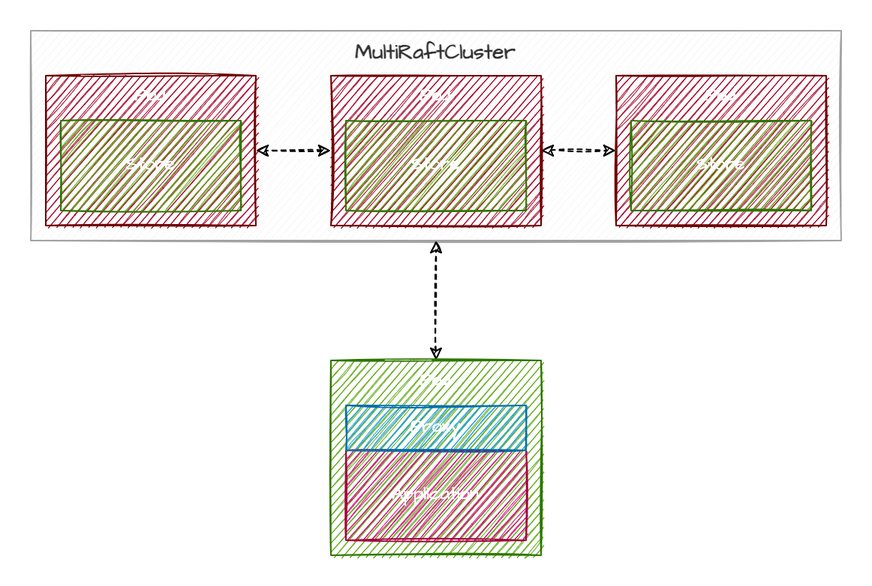
This is docs/images/consensus-dark.png from atomix/atomix.github.io, a draw.io export, as it was before one commit. Source tidied: cells renumbered, new cells last; positions are measured from the earlier drawing's top-left corner, leaving out a move shared by most shapes. The source it was exported from:
```xml
<mxGraphModel background="#000000">
  <root>
    <mxCell id="0" />
    <mxCell id="1" parent="0" />
    <mxCell id="2" value="&lt;div style=&quot;font-size: 14px;&quot;&gt;&lt;span style=&quot;background-color: initial; font-size: 14px;&quot;&gt;MultiRaftCluster&lt;/span&gt;&lt;/div&gt;" style="rounded=0;whiteSpace=wrap;html=1;align=center;verticalAlign=top;fillColor=#f5f5f5;strokeColor=#666666;sketch=1;fontFamily=Architects Daughter;fontSource=https%3A%2F%2Ffonts.googleapis.com%2Fcss%3Ffamily%3DArchitects%2BDaughter;glass=0;shadow=0;fontColor=#333333;fontSize=14;fontStyle=1;opacity=60;" parent="1" vertex="1">
      <mxGeometry width="540" height="140" as="geometry" />
    </mxCell>
    <mxCell id="3" style="edgeStyle=orthogonalEdgeStyle;jettySize=auto;html=1;exitX=0;exitY=0.5;exitDx=0;exitDy=0;entryX=1;entryY=0.5;entryDx=0;entryDy=0;startArrow=classic;startFill=1;sketch=1;curved=1;dashed=1;" parent="1" edge="1" source="5" target="13">
      <mxGeometry relative="1" as="geometry" />
    </mxCell>
    <mxCell id="4" style="edgeStyle=orthogonalEdgeStyle;jettySize=auto;html=1;exitX=1;exitY=0.5;exitDx=0;exitDy=0;entryX=0;entryY=0.5;entryDx=0;entryDy=0;startArrow=classic;startFill=1;sketch=1;curved=1;dashed=1;" parent="1" edge="1" source="5" target="11">
      <mxGeometry relative="1" as="geometry" />
    </mxCell>
    <mxCell id="5" value="&lt;div style=&quot;&quot;&gt;&lt;span style=&quot;background-color: initial;&quot;&gt;Pod&lt;/span&gt;&lt;/div&gt;" style="rounded=0;whiteSpace=wrap;html=1;align=center;verticalAlign=top;fillColor=#a20025;strokeColor=#6F0000;sketch=1;fontFamily=Architects Daughter;fontSource=https%3A%2F%2Ffonts.googleapis.com%2Fcss%3Ffamily%3DArchitects%2BDaughter;fontColor=#ffffff;" parent="1" vertex="1">
      <mxGeometry x="200" y="30" width="140" height="100" as="geometry" />
    </mxCell>
    <mxCell id="6" value="Store" style="rounded=0;whiteSpace=wrap;html=1;fillColor=#60a917;strokeColor=#2D7600;sketch=1;fontFamily=Architects Daughter;fontSource=https%3A%2F%2Ffonts.googleapis.com%2Fcss%3Ffamily%3DArchitects%2BDaughter;fontColor=#ffffff;" parent="1" vertex="1">
      <mxGeometry x="210" y="60" width="120" height="60" as="geometry" />
    </mxCell>
    <mxCell id="7" style="jettySize=auto;html=1;exitX=0.5;exitY=0;exitDx=0;exitDy=0;fontColor=none;startArrow=classic;startFill=1;sketch=1;edgeStyle=orthogonalEdgeStyle;fontFamily=Architects Daughter;fontSource=https%3A%2F%2Ffonts.googleapis.com%2Fcss%3Ffamily%3DArchitects%2BDaughter;curved=1;dashed=1;" parent="1" edge="1" source="8">
      <mxGeometry relative="1" as="geometry">
        <mxPoint x="270" y="140" as="targetPoint" />
      </mxGeometry>
    </mxCell>
    <mxCell id="8" value="&lt;div style=&quot;&quot;&gt;&lt;span style=&quot;background-color: initial;&quot;&gt;Pod&lt;/span&gt;&lt;/div&gt;" style="rounded=0;whiteSpace=wrap;html=1;align=center;verticalAlign=top;fillColor=#60a917;strokeColor=#2D7600;sketch=1;fontFamily=Architects Daughter;fontSource=https%3A%2F%2Ffonts.googleapis.com%2Fcss%3Ffamily%3DArchitects%2BDaughter;fontColor=#ffffff;" parent="1" vertex="1">
      <mxGeometry x="200" y="220" width="140" height="130" as="geometry" />
    </mxCell>
    <mxCell id="9" value="Application" style="rounded=0;whiteSpace=wrap;html=1;fillColor=#d80073;strokeColor=#A50040;sketch=1;fontFamily=Architects Daughter;fontSource=https%3A%2F%2Ffonts.googleapis.com%2Fcss%3Ffamily%3DArchitects%2BDaughter;fontColor=#ffffff;" parent="1" vertex="1">
      <mxGeometry x="210" y="280" width="120" height="60" as="geometry" />
    </mxCell>
    <mxCell id="10" value="Proxy" style="rounded=0;whiteSpace=wrap;html=1;fillColor=#1ba1e2;strokeColor=#006EAF;sketch=1;fontFamily=Architects Daughter;fontSource=https%3A%2F%2Ffonts.googleapis.com%2Fcss%3Ffamily%3DArchitects%2BDaughter;fontColor=#ffffff;" parent="1" vertex="1">
      <mxGeometry x="210" y="250" width="120" height="30" as="geometry" />
    </mxCell>
    <mxCell id="11" value="&lt;div style=&quot;&quot;&gt;&lt;span style=&quot;background-color: initial;&quot;&gt;Pod&lt;/span&gt;&lt;/div&gt;" style="rounded=0;whiteSpace=wrap;html=1;align=center;verticalAlign=top;fillColor=#a20025;strokeColor=#6F0000;sketch=1;fontFamily=Architects Daughter;fontSource=https%3A%2F%2Ffonts.googleapis.com%2Fcss%3Ffamily%3DArchitects%2BDaughter;fontColor=#ffffff;" parent="1" vertex="1">
      <mxGeometry x="390" y="30" width="140" height="100" as="geometry" />
    </mxCell>
    <mxCell id="12" value="Store" style="rounded=0;whiteSpace=wrap;html=1;fillColor=#60a917;strokeColor=#2D7600;sketch=1;fontFamily=Architects Daughter;fontSource=https%3A%2F%2Ffonts.googleapis.com%2Fcss%3Ffamily%3DArchitects%2BDaughter;fontColor=#ffffff;" parent="1" vertex="1">
      <mxGeometry x="400" y="60" width="120" height="60" as="geometry" />
    </mxCell>
    <mxCell id="13" value="&lt;div style=&quot;&quot;&gt;&lt;span style=&quot;background-color: initial;&quot;&gt;Pod&lt;/span&gt;&lt;/div&gt;" style="rounded=0;whiteSpace=wrap;html=1;align=center;verticalAlign=top;fillColor=#a20025;strokeColor=#6F0000;sketch=1;fontFamily=Architects Daughter;fontSource=https%3A%2F%2Ffonts.googleapis.com%2Fcss%3Ffamily%3DArchitects%2BDaughter;fontColor=#ffffff;" parent="1" vertex="1">
      <mxGeometry x="10" y="30" width="140" height="100" as="geometry" />
    </mxCell>
    <mxCell id="14" value="Store" style="rounded=0;whiteSpace=wrap;html=1;fillColor=#60a917;strokeColor=#2D7600;sketch=1;fontFamily=Architects Daughter;fontSource=https%3A%2F%2Ffonts.googleapis.com%2Fcss%3Ffamily%3DArchitects%2BDaughter;fontColor=#ffffff;" parent="1" vertex="1">
      <mxGeometry x="20" y="60" width="120" height="60" as="geometry" />
    </mxCell>
  </root>
</mxGraphModel>
```
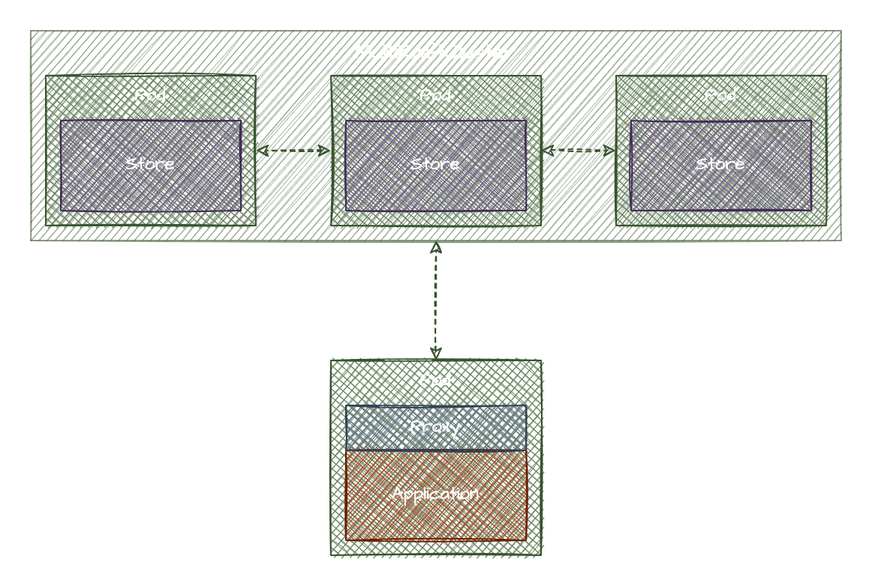
The same diagram one commit later.

The edit, as a diff of the source:
```diff
@@ -2,45 +2,45 @@
   <root>
     <mxCell id="0" />
     <mxCell id="1" parent="0" />
-    <mxCell id="2" value="&lt;div style=&quot;font-size: 14px;&quot;&gt;&lt;span style=&quot;background-color: initial; font-size: 14px;&quot;&gt;MultiRaftCluster&lt;/span&gt;&lt;/div&gt;" style="rounded=0;whiteSpace=wrap;html=1;align=center;verticalAlign=top;fillColor=#f5f5f5;strokeColor=#666666;sketch=1;fontFamily=Architects Daughter;fontSource=https%3A%2F%2Ffonts.googleapis.com%2Fcss%3Ffamily%3DArchitects%2BDaughter;glass=0;shadow=0;fontColor=#333333;fontSize=14;fontStyle=1;opacity=60;" parent="1" vertex="1">
+    <mxCell id="2" value="&lt;div style=&quot;font-size: 14px;&quot;&gt;&lt;span style=&quot;background-color: initial; font-size: 14px;&quot;&gt;MultiRaftCluster&lt;/span&gt;&lt;/div&gt;" style="rounded=0;whiteSpace=wrap;html=1;align=center;verticalAlign=top;fillColor=#6d8764;strokeColor=#3A5431;sketch=1;fontFamily=Architects Daughter;fontSource=https%3A%2F%2Ffonts.googleapis.com%2Fcss%3Ffamily%3DArchitects%2BDaughter;glass=0;shadow=0;fontColor=#ffffff;fontSize=14;fontStyle=1;opacity=60;" parent="1" vertex="1">
       <mxGeometry width="540" height="140" as="geometry" />
     </mxCell>
-    <mxCell id="3" style="edgeStyle=orthogonalEdgeStyle;jettySize=auto;html=1;exitX=0;exitY=0.5;exitDx=0;exitDy=0;entryX=1;entryY=0.5;entryDx=0;entryDy=0;startArrow=classic;startFill=1;sketch=1;curved=1;dashed=1;" parent="1" edge="1" source="5" target="13">
+    <mxCell id="3" style="edgeStyle=orthogonalEdgeStyle;jettySize=auto;html=1;exitX=0;exitY=0.5;exitDx=0;exitDy=0;entryX=1;entryY=0.5;entryDx=0;entryDy=0;startArrow=classic;startFill=1;sketch=1;curved=1;dashed=1;fillColor=#6d8764;strokeColor=#3A5431;" parent="1" edge="1" source="5" target="13">
       <mxGeometry relative="1" as="geometry" />
     </mxCell>
-    <mxCell id="4" style="edgeStyle=orthogonalEdgeStyle;jettySize=auto;html=1;exitX=1;exitY=0.5;exitDx=0;exitDy=0;entryX=0;entryY=0.5;entryDx=0;entryDy=0;startArrow=classic;startFill=1;sketch=1;curved=1;dashed=1;" parent="1" edge="1" source="5" target="11">
+    <mxCell id="4" style="edgeStyle=orthogonalEdgeStyle;jettySize=auto;html=1;exitX=1;exitY=0.5;exitDx=0;exitDy=0;entryX=0;entryY=0.5;entryDx=0;entryDy=0;startArrow=classic;startFill=1;sketch=1;curved=1;dashed=1;fillColor=#6d8764;strokeColor=#3A5431;" parent="1" edge="1" source="5" target="11">
       <mxGeometry relative="1" as="geometry" />
     </mxCell>
-    <mxCell id="5" value="&lt;div style=&quot;&quot;&gt;&lt;span style=&quot;background-color: initial;&quot;&gt;Pod&lt;/span&gt;&lt;/div&gt;" style="rounded=0;whiteSpace=wrap;html=1;align=center;verticalAlign=top;fillColor=#a20025;strokeColor=#6F0000;sketch=1;fontFamily=Architects Daughter;fontSource=https%3A%2F%2Ffonts.googleapis.com%2Fcss%3Ffamily%3DArchitects%2BDaughter;fontColor=#ffffff;" parent="1" vertex="1">
+    <mxCell id="5" value="&lt;div style=&quot;&quot;&gt;&lt;span style=&quot;background-color: initial;&quot;&gt;Pod&lt;/span&gt;&lt;/div&gt;" style="rounded=0;whiteSpace=wrap;html=1;align=center;verticalAlign=top;fillColor=#6d8764;strokeColor=#3A5431;sketch=1;fontFamily=Architects Daughter;fontSource=https%3A%2F%2Ffonts.googleapis.com%2Fcss%3Ffamily%3DArchitects%2BDaughter;fontColor=#ffffff;fillStyle=cross-hatch;" parent="1" vertex="1">
       <mxGeometry x="200" y="30" width="140" height="100" as="geometry" />
     </mxCell>
-    <mxCell id="6" value="Store" style="rounded=0;whiteSpace=wrap;html=1;fillColor=#60a917;strokeColor=#2D7600;sketch=1;fontFamily=Architects Daughter;fontSource=https%3A%2F%2Ffonts.googleapis.com%2Fcss%3Ffamily%3DArchitects%2BDaughter;fontColor=#ffffff;" parent="1" vertex="1">
+    <mxCell id="6" value="Store" style="rounded=0;whiteSpace=wrap;html=1;fillColor=#76608a;strokeColor=#432D57;sketch=1;fontFamily=Architects Daughter;fontSource=https%3A%2F%2Ffonts.googleapis.com%2Fcss%3Ffamily%3DArchitects%2BDaughter;fontColor=#ffffff;fillStyle=cross-hatch;" parent="1" vertex="1">
       <mxGeometry x="210" y="60" width="120" height="60" as="geometry" />
     </mxCell>
-    <mxCell id="7" style="jettySize=auto;html=1;exitX=0.5;exitY=0;exitDx=0;exitDy=0;fontColor=none;startArrow=classic;startFill=1;sketch=1;edgeStyle=orthogonalEdgeStyle;fontFamily=Architects Daughter;fontSource=https%3A%2F%2Ffonts.googleapis.com%2Fcss%3Ffamily%3DArchitects%2BDaughter;curved=1;dashed=1;" parent="1" edge="1" source="8">
+    <mxCell id="7" style="jettySize=auto;html=1;exitX=0.5;exitY=0;exitDx=0;exitDy=0;fontColor=none;startArrow=classic;startFill=1;sketch=1;edgeStyle=orthogonalEdgeStyle;fontFamily=Architects Daughter;fontSource=https%3A%2F%2Ffonts.googleapis.com%2Fcss%3Ffamily%3DArchitects%2BDaughter;curved=1;dashed=1;fillColor=#6d8764;strokeColor=#3A5431;" parent="1" edge="1" source="8">
       <mxGeometry relative="1" as="geometry">
         <mxPoint x="270" y="140" as="targetPoint" />
       </mxGeometry>
     </mxCell>
-    <mxCell id="8" value="&lt;div style=&quot;&quot;&gt;&lt;span style=&quot;background-color: initial;&quot;&gt;Pod&lt;/span&gt;&lt;/div&gt;" style="rounded=0;whiteSpace=wrap;html=1;align=center;verticalAlign=top;fillColor=#60a917;strokeColor=#2D7600;sketch=1;fontFamily=Architects Daughter;fontSource=https%3A%2F%2Ffonts.googleapis.com%2Fcss%3Ffamily%3DArchitects%2BDaughter;fontColor=#ffffff;" parent="1" vertex="1">
+    <mxCell id="8" value="&lt;div style=&quot;&quot;&gt;&lt;span style=&quot;background-color: initial;&quot;&gt;Pod&lt;/span&gt;&lt;/div&gt;" style="rounded=0;whiteSpace=wrap;html=1;align=center;verticalAlign=top;fillColor=#6d8764;strokeColor=#3A5431;sketch=1;fontFamily=Architects Daughter;fontSource=https%3A%2F%2Ffonts.googleapis.com%2Fcss%3Ffamily%3DArchitects%2BDaughter;fontColor=#ffffff;fillStyle=cross-hatch;" parent="1" vertex="1">
       <mxGeometry x="200" y="220" width="140" height="130" as="geometry" />
     </mxCell>
-    <mxCell id="9" value="Application" style="rounded=0;whiteSpace=wrap;html=1;fillColor=#d80073;strokeColor=#A50040;sketch=1;fontFamily=Architects Daughter;fontSource=https%3A%2F%2Ffonts.googleapis.com%2Fcss%3Ffamily%3DArchitects%2BDaughter;fontColor=#ffffff;" parent="1" vertex="1">
+    <mxCell id="9" value="Application" style="rounded=0;whiteSpace=wrap;html=1;fillColor=#a0522d;strokeColor=#6D1F00;sketch=1;fontFamily=Architects Daughter;fontSource=https%3A%2F%2Ffonts.googleapis.com%2Fcss%3Ffamily%3DArchitects%2BDaughter;fontColor=#ffffff;fillStyle=cross-hatch;" parent="1" vertex="1">
       <mxGeometry x="210" y="280" width="120" height="60" as="geometry" />
     </mxCell>
-    <mxCell id="10" value="Proxy" style="rounded=0;whiteSpace=wrap;html=1;fillColor=#1ba1e2;strokeColor=#006EAF;sketch=1;fontFamily=Architects Daughter;fontSource=https%3A%2F%2Ffonts.googleapis.com%2Fcss%3Ffamily%3DArchitects%2BDaughter;fontColor=#ffffff;" parent="1" vertex="1">
+    <mxCell id="10" value="Proxy" style="rounded=0;whiteSpace=wrap;html=1;fillColor=#647687;strokeColor=#314354;sketch=1;fontFamily=Architects Daughter;fontSource=https%3A%2F%2Ffonts.googleapis.com%2Fcss%3Ffamily%3DArchitects%2BDaughter;fontColor=#ffffff;fillStyle=cross-hatch;" parent="1" vertex="1">
       <mxGeometry x="210" y="250" width="120" height="30" as="geometry" />
     </mxCell>
-    <mxCell id="11" value="&lt;div style=&quot;&quot;&gt;&lt;span style=&quot;background-color: initial;&quot;&gt;Pod&lt;/span&gt;&lt;/div&gt;" style="rounded=0;whiteSpace=wrap;html=1;align=center;verticalAlign=top;fillColor=#a20025;strokeColor=#6F0000;sketch=1;fontFamily=Architects Daughter;fontSource=https%3A%2F%2Ffonts.googleapis.com%2Fcss%3Ffamily%3DArchitects%2BDaughter;fontColor=#ffffff;" parent="1" vertex="1">
+    <mxCell id="11" value="&lt;div style=&quot;&quot;&gt;&lt;span style=&quot;background-color: initial;&quot;&gt;Pod&lt;/span&gt;&lt;/div&gt;" style="rounded=0;whiteSpace=wrap;html=1;align=center;verticalAlign=top;fillColor=#6d8764;strokeColor=#3A5431;sketch=1;fontFamily=Architects Daughter;fontSource=https%3A%2F%2Ffonts.googleapis.com%2Fcss%3Ffamily%3DArchitects%2BDaughter;fontColor=#ffffff;fillStyle=cross-hatch;" parent="1" vertex="1">
       <mxGeometry x="390" y="30" width="140" height="100" as="geometry" />
     </mxCell>
-    <mxCell id="12" value="Store" style="rounded=0;whiteSpace=wrap;html=1;fillColor=#60a917;strokeColor=#2D7600;sketch=1;fontFamily=Architects Daughter;fontSource=https%3A%2F%2Ffonts.googleapis.com%2Fcss%3Ffamily%3DArchitects%2BDaughter;fontColor=#ffffff;" parent="1" vertex="1">
+    <mxCell id="12" value="Store" style="rounded=0;whiteSpace=wrap;html=1;fillColor=#76608a;strokeColor=#432D57;sketch=1;fontFamily=Architects Daughter;fontSource=https%3A%2F%2Ffonts.googleapis.com%2Fcss%3Ffamily%3DArchitects%2BDaughter;fontColor=#ffffff;fillStyle=cross-hatch;" parent="1" vertex="1">
       <mxGeometry x="400" y="60" width="120" height="60" as="geometry" />
     </mxCell>
-    <mxCell id="13" value="&lt;div style=&quot;&quot;&gt;&lt;span style=&quot;background-color: initial;&quot;&gt;Pod&lt;/span&gt;&lt;/div&gt;" style="rounded=0;whiteSpace=wrap;html=1;align=center;verticalAlign=top;fillColor=#a20025;strokeColor=#6F0000;sketch=1;fontFamily=Architects Daughter;fontSource=https%3A%2F%2Ffonts.googleapis.com%2Fcss%3Ffamily%3DArchitects%2BDaughter;fontColor=#ffffff;" parent="1" vertex="1">
+    <mxCell id="13" value="&lt;div style=&quot;&quot;&gt;&lt;span style=&quot;background-color: initial;&quot;&gt;Pod&lt;/span&gt;&lt;/div&gt;" style="rounded=0;whiteSpace=wrap;html=1;align=center;verticalAlign=top;fillColor=#6d8764;strokeColor=#3A5431;sketch=1;fontFamily=Architects Daughter;fontSource=https%3A%2F%2Ffonts.googleapis.com%2Fcss%3Ffamily%3DArchitects%2BDaughter;fontColor=#ffffff;fillStyle=cross-hatch;" parent="1" vertex="1">
       <mxGeometry x="10" y="30" width="140" height="100" as="geometry" />
     </mxCell>
-    <mxCell id="14" value="Store" style="rounded=0;whiteSpace=wrap;html=1;fillColor=#60a917;strokeColor=#2D7600;sketch=1;fontFamily=Architects Daughter;fontSource=https%3A%2F%2Ffonts.googleapis.com%2Fcss%3Ffamily%3DArchitects%2BDaughter;fontColor=#ffffff;" parent="1" vertex="1">
+    <mxCell id="14" value="Store" style="rounded=0;whiteSpace=wrap;html=1;fillColor=#76608a;strokeColor=#432D57;sketch=1;fontFamily=Architects Daughter;fontSource=https%3A%2F%2Ffonts.googleapis.com%2Fcss%3Ffamily%3DArchitects%2BDaughter;fontColor=#ffffff;fillStyle=cross-hatch;" parent="1" vertex="1">
       <mxGeometry x="20" y="60" width="120" height="60" as="geometry" />
     </mxCell>
   </root>
```
